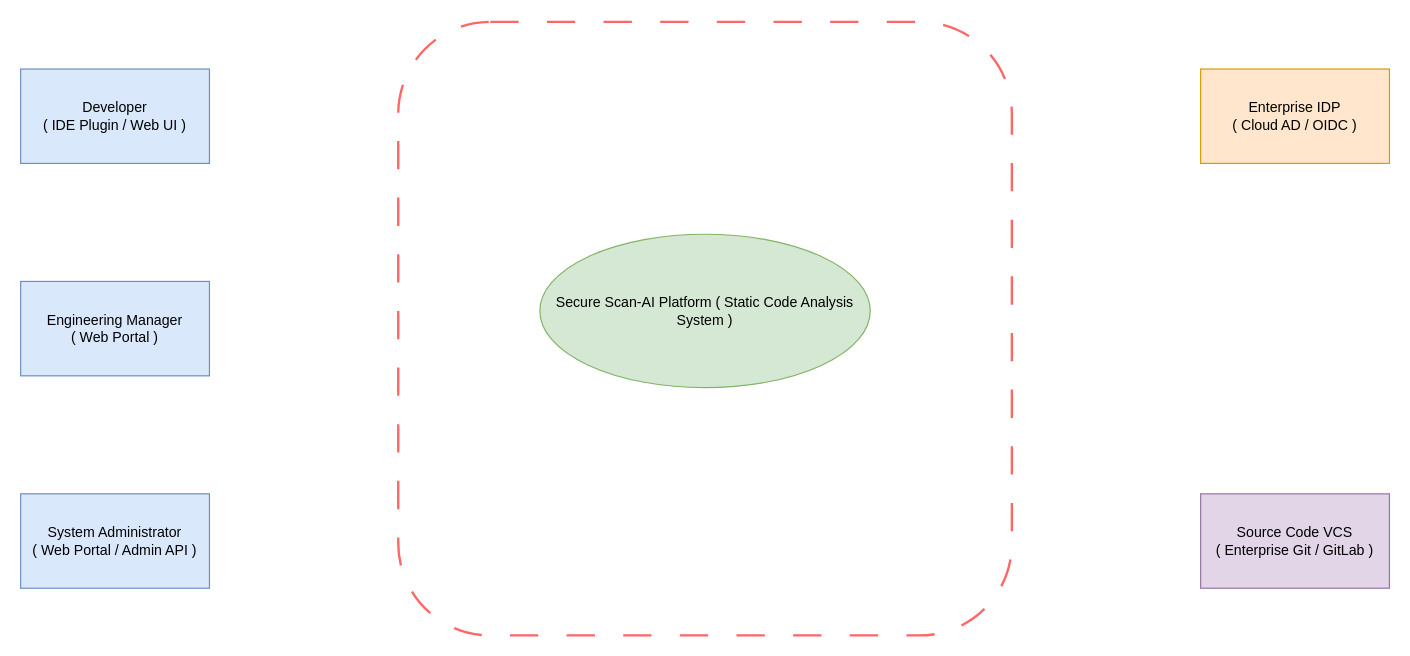
eregister598-hue/eMsc_IS_AS keeps this draw.io diagram as SecureScan_AI_DFD.drawio. Above is the earlier version. Source tidied: cells renumbered, new cells numbered last; positions are measured from the earlier drawing's top-left corner, leaving out a move shared by most shapes. Both pictures are drawn from the tidied source at 118%, with x=0, y=0 at pixel (20, 21).
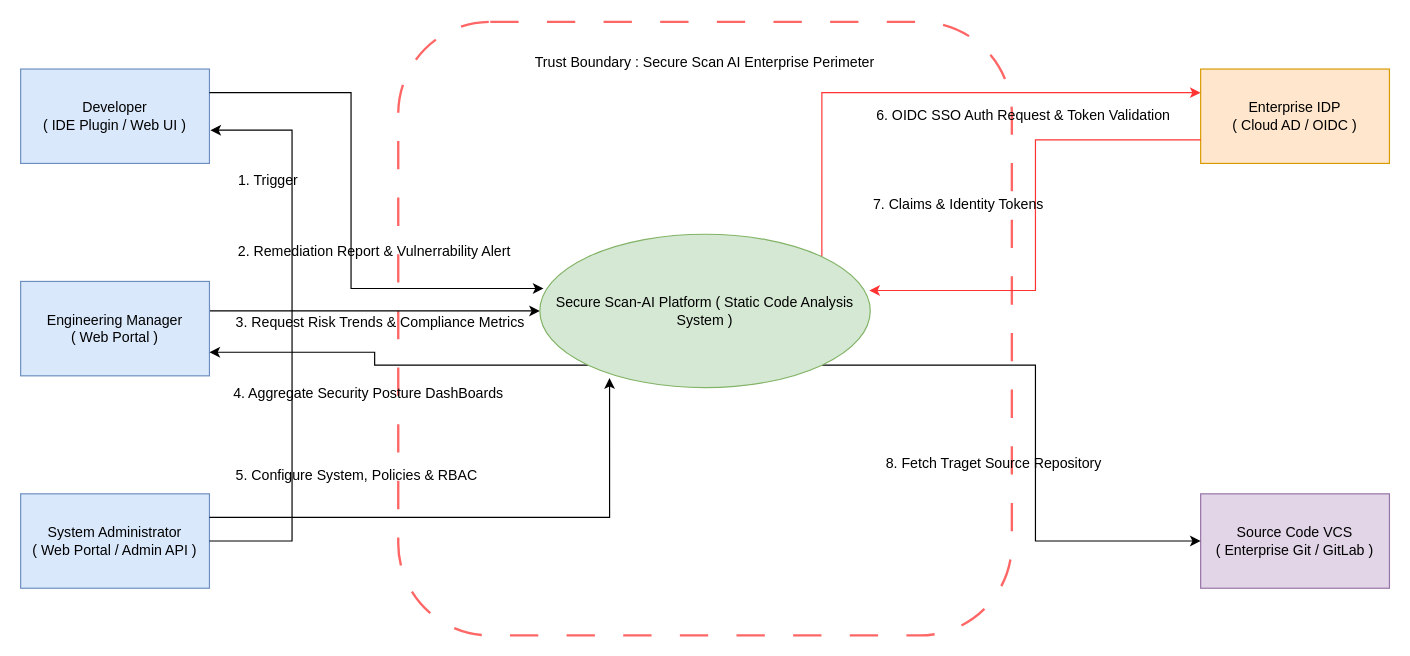
After the change.

Unchanged cells that the change refers to:
```xml
<mxCell id="3" value="Developer&lt;div&gt;( IDE Plugin / Web UI )&lt;/div&gt;" style="rounded=0;whiteSpace=wrap;html=1;fillColor=#dae8fc;strokeColor=#6c8ebf;" parent="1" vertex="1">
  <mxGeometry y="40" width="160" height="80" as="geometry" />
</mxCell>
<mxCell id="4" value="System Administrator&lt;div&gt;( Web Portal / Admin API )&lt;/div&gt;" style="rounded=0;whiteSpace=wrap;html=1;fillColor=#dae8fc;strokeColor=#6c8ebf;" parent="1" vertex="1">
  <mxGeometry y="400" width="160" height="80" as="geometry" />
</mxCell>
<mxCell id="5" value="Engineering Manager&lt;div&gt;( Web Portal )&lt;/div&gt;" style="rounded=0;whiteSpace=wrap;html=1;fillColor=#dae8fc;strokeColor=#6c8ebf;" parent="1" vertex="1">
  <mxGeometry y="220" width="160" height="80" as="geometry" />
</mxCell>
<mxCell id="6" value="Enterprise IDP&lt;div&gt;( Cloud AD / OIDC )&lt;/div&gt;" style="rounded=0;whiteSpace=wrap;html=1;fillColor=#ffe6cc;strokeColor=#d79b00;" parent="1" vertex="1">
  <mxGeometry x="1000" y="40" width="160" height="80" as="geometry" />
</mxCell>
<mxCell id="7" value="Source Code VCS&lt;div&gt;( Enterprise Git / GitLab )&lt;/div&gt;" style="rounded=0;whiteSpace=wrap;html=1;fillColor=#e1d5e7;strokeColor=#9673a6;" parent="1" vertex="1">
  <mxGeometry x="1000" y="400" width="160" height="80" as="geometry" />
</mxCell>
<mxCell id="8" value="Secure Scan-AI Platform ( Static Code Analysis System )" style="ellipse;whiteSpace=wrap;html=1;shapeInside=1;fillColor=#d5e8d4;strokeColor=#82b366;" parent="1" vertex="1">
  <mxGeometry x="440" y="180" width="280" height="130" as="geometry" />
</mxCell>
```

The edit, as a diff of the source:
```diff
@@
+    <mxCell id="9" style="edgeStyle=orthogonalEdgeStyle;rounded=0;jettySize=auto;html=1;exitX=1;exitY=0.25;exitDx=0;exitDy=0;" parent="1" edge="1" source="5" target="8">
+      <mxGeometry relative="1" as="geometry">
+        <Array as="points">
+          <mxPoint x="160" y="245" />
+        </Array>
+      </mxGeometry>
+    </mxCell>
@@
+    <mxCell id="10" style="edgeStyle=orthogonalEdgeStyle;rounded=0;jettySize=auto;html=1;exitX=0;exitY=1;exitDx=0;exitDy=0;entryX=1;entryY=0.75;entryDx=0;entryDy=0;" parent="1" edge="1" source="8" target="5">
+      <mxGeometry relative="1" as="geometry" />
+    </mxCell>
+    <mxCell id="11" style="edgeStyle=orthogonalEdgeStyle;rounded=0;jettySize=auto;html=1;exitX=1;exitY=0;exitDx=0;exitDy=0;entryX=0;entryY=0.25;entryDx=0;entryDy=0;strokeColor=#FF3333;" parent="1" edge="1" source="8" target="6">
+      <mxGeometry relative="1" as="geometry">
+        <Array as="points">
+          <mxPoint x="679" y="60" />
+        </Array>
+      </mxGeometry>
+    </mxCell>
+    <mxCell id="12" style="edgeStyle=orthogonalEdgeStyle;rounded=0;jettySize=auto;html=1;exitX=1;exitY=1;exitDx=0;exitDy=0;entryX=0;entryY=0.5;entryDx=0;entryDy=0;" parent="1" edge="1" source="8" target="7">
+      <mxGeometry relative="1" as="geometry" />
+    </mxCell>
@@
+    <mxCell id="13" style="edgeStyle=orthogonalEdgeStyle;rounded=0;jettySize=auto;html=1;exitX=1;exitY=0.25;exitDx=0;exitDy=0;entryX=0.011;entryY=0.354;entryDx=0;entryDy=0;entryPerimeter=0;" parent="1" edge="1" source="3" target="8">
+      <mxGeometry relative="1" as="geometry">
+        <Array as="points">
+          <mxPoint x="280" y="60" />
+          <mxPoint x="280" y="226" />
+        </Array>
+      </mxGeometry>
+    </mxCell>
+    <mxCell id="14" style="edgeStyle=orthogonalEdgeStyle;rounded=0;jettySize=auto;html=1;entryX=1.005;entryY=0.648;entryDx=0;entryDy=0;entryPerimeter=0;endArrow=classic;endFill=1;" parent="1" edge="1" source="4" target="3">
+      <mxGeometry relative="1" as="geometry">
+        <Array as="points">
+          <mxPoint x="230" y="440" />
+          <mxPoint x="230" y="91.8" />
+        </Array>
+      </mxGeometry>
+    </mxCell>
+    <mxCell id="15" style="edgeStyle=orthogonalEdgeStyle;rounded=0;jettySize=auto;html=1;exitX=0;exitY=0.75;exitDx=0;exitDy=0;entryX=0.997;entryY=0.367;entryDx=0;entryDy=0;entryPerimeter=0;strokeColor=#FF3333;" parent="1" edge="1" source="6" target="8">
+      <mxGeometry relative="1" as="geometry" />
+    </mxCell>
+    <mxCell id="16" value="1. Trigger" style="text;html=1;whiteSpace=wrap;strokeColor=none;fillColor=none;align=center;verticalAlign=middle;rounded=0;" parent="1" vertex="1">
+      <mxGeometry x="180" y="120" width="60" height="30" as="geometry" />
+    </mxCell>
+    <mxCell id="17" value="2. Remediation Report &amp;amp; Vulnerrability Alert" style="text;html=1;whiteSpace=wrap;strokeColor=none;fillColor=none;align=center;verticalAlign=middle;rounded=0;" parent="1" vertex="1">
+      <mxGeometry x="160" y="180" width="280" height="30" as="geometry" />
+    </mxCell>
+    <mxCell id="18" value="3. Request Risk Trends &amp;amp; Compliance Metrics" style="text;html=1;whiteSpace=wrap;strokeColor=none;fillColor=none;align=center;verticalAlign=middle;rounded=0;" parent="1" vertex="1">
+      <mxGeometry x="150" y="240" width="310" height="30" as="geometry" />
+    </mxCell>
+    <mxCell id="19" value="4. Aggregate Security Posture DashBoards" style="text;html=1;whiteSpace=wrap;strokeColor=none;fillColor=none;align=center;verticalAlign=middle;rounded=0;" parent="1" vertex="1">
+      <mxGeometry x="135" y="300" width="320" height="30" as="geometry" />
+    </mxCell>
+    <mxCell id="20" value="5. Configure System, Policies &amp;amp; RBAC" style="text;html=1;whiteSpace=wrap;strokeColor=none;fillColor=none;align=center;verticalAlign=middle;rounded=0;" parent="1" vertex="1">
+      <mxGeometry x="140" y="370" width="290" height="30" as="geometry" />
+    </mxCell>
+    <mxCell id="21" style="edgeStyle=orthogonalEdgeStyle;rounded=0;jettySize=auto;html=1;exitX=1;exitY=0.25;exitDx=0;exitDy=0;entryX=0.211;entryY=0.938;entryDx=0;entryDy=0;entryPerimeter=0;" parent="1" edge="1" source="4" target="8">
+      <mxGeometry relative="1" as="geometry" />
+    </mxCell>
+    <mxCell id="22" value="Trust Boundary : Secure Scan AI Enterprise Perimeter" style="text;html=1;whiteSpace=wrap;strokeColor=none;fillColor=none;align=center;verticalAlign=middle;rounded=0;" parent="1" vertex="1">
+      <mxGeometry x="365" y="20" width="430" height="30" as="geometry" />
+    </mxCell>
+    <mxCell id="23" value="6. OIDC SSO Auth Request &amp;amp; Token Validation" style="text;html=1;whiteSpace=wrap;strokeColor=none;fillColor=none;align=center;verticalAlign=middle;rounded=0;" parent="1" vertex="1">
+      <mxGeometry x="700" y="65" width="300" height="30" as="geometry" />
+    </mxCell>
+    <mxCell id="24" value="7. Claims &amp;amp; Identity Tokens" style="text;html=1;whiteSpace=wrap;strokeColor=none;fillColor=none;align=center;verticalAlign=middle;rounded=0;" parent="1" vertex="1">
+      <mxGeometry x="670" y="140" width="250" height="30" as="geometry" />
+    </mxCell>
+    <mxCell id="25" value="8. Fetch Traget Source Repository" style="text;html=1;whiteSpace=wrap;strokeColor=none;fillColor=none;align=center;verticalAlign=middle;rounded=0;" parent="1" vertex="1">
+      <mxGeometry x="720" y="360" width="210" height="30" as="geometry" />
+    </mxCell>
```
